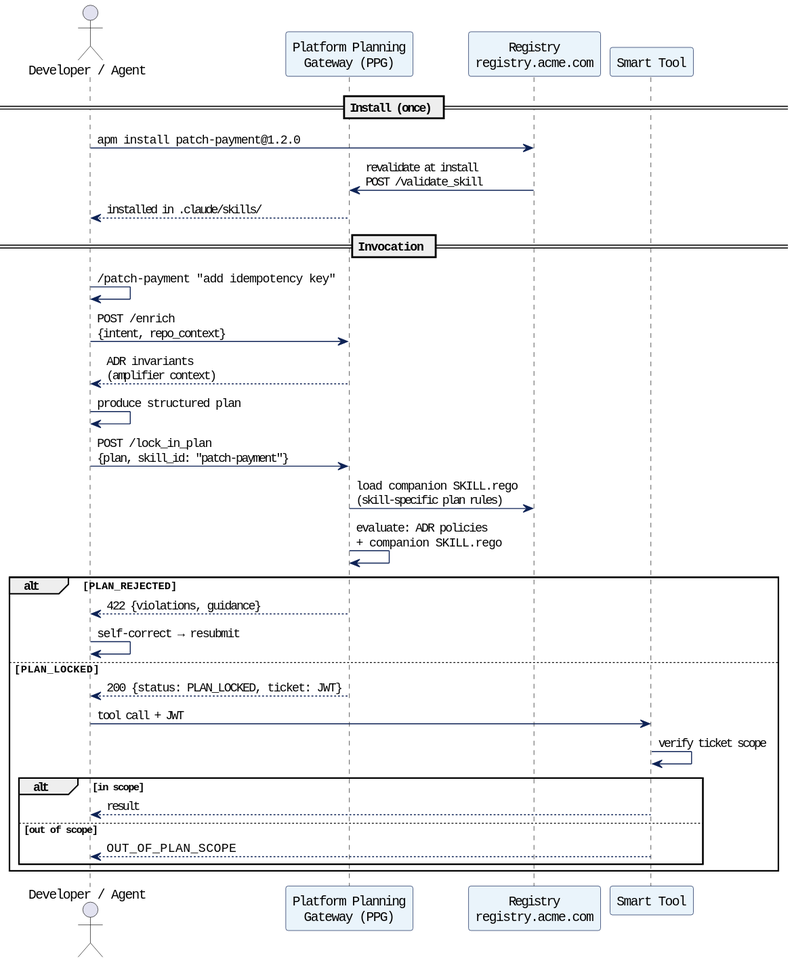
Earlier version of the PlantUML export static/assets/skill-governance/skill-runtime-sequence.svg (owulveryck/owulveryck.github.io).
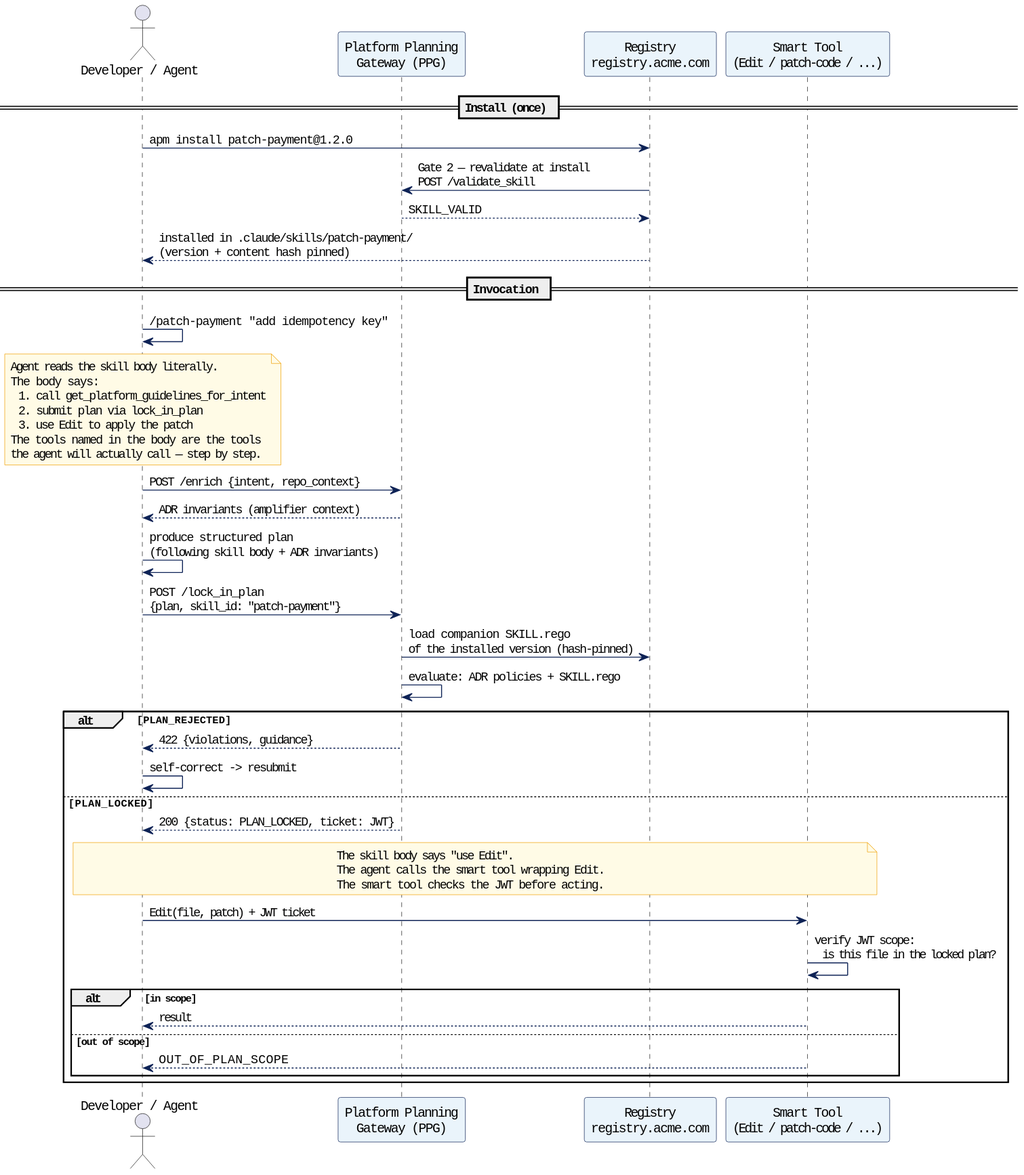
Later version of the same file.

Diff of the diagram source:
```diff
@@ -13,38 +13,55 @@
 actor "Developer / Agent" as AGENT
 participant "Platform Planning\nGateway (PPG)" as PPG
 participant "Registry\nregistry.acme.com" as REGISTRY
-participant "Smart Tool" as TOOL
+participant "Smart Tool\n(Edit / patch-code / ...)" as TOOL
 
 == Install (once) ==
 
 AGENT -> REGISTRY : apm install patch-payment@1.2.0
-REGISTRY -> PPG : revalidate at install\nPOST /validate_skill
-PPG --> AGENT : installed in .claude/skills/
+REGISTRY -> PPG : Gate 2 — revalidate at install\nPOST /validate_skill
+PPG --> REGISTRY : SKILL_VALID
+REGISTRY --> AGENT : installed in .claude/skills/patch-payment/\n(version + content hash pinned)
 
 == Invocation ==
 
 AGENT -> AGENT : /patch-payment "add idempotency key"
 
-AGENT -> PPG : POST /enrich\n{intent, repo_context}
-PPG --> AGENT : ADR invariants\n(amplifier context)
+note over AGENT
+  Agent reads the skill body literally.
+  The body says:
+    1. call get_platform_guidelines_for_intent
+    2. submit plan via lock_in_plan
+    3. use Edit to apply the patch
+  The tools named in the body are the tools
+  the agent will actually call — step by step.
+end note
 
-AGENT -> AGENT : produce structured plan
+AGENT -> PPG : POST /enrich {intent, repo_context}
+PPG --> AGENT : ADR invariants (amplifier context)
+
+AGENT -> AGENT : produce structured plan\n(following skill body + ADR invariants)
 
 AGENT -> PPG : POST /lock_in_plan\n{plan, skill_id: "patch-payment"}
-PPG -> REGISTRY : load companion SKILL.rego\n(skill-specific plan rules)
-PPG -> PPG : evaluate: ADR policies\n+ companion SKILL.rego
+PPG -> REGISTRY : load companion SKILL.rego\nof the installed version (hash-pinned)
+PPG -> PPG : evaluate: ADR policies + SKILL.rego
 
 alt PLAN_REJECTED
 
   PPG --> AGENT : 422 {violations, guidance}
-  AGENT -> AGENT : self-correct → resubmit
+  AGENT -> AGENT : self-correct -> resubmit
 
 else PLAN_LOCKED
 
   PPG --> AGENT : 200 {status: PLAN_LOCKED, ticket: JWT}
 
-  AGENT -> TOOL : tool call + JWT
-  TOOL -> TOOL : verify ticket scope
+  note over AGENT, TOOL
+    The skill body says "use Edit".
+    The agent calls the smart tool wrapping Edit.
+    The smart tool checks the JWT before acting.
+  end note
+
+  AGENT -> TOOL : Edit(file, patch) + JWT ticket
+  TOOL -> TOOL : verify JWT scope:\n  is this file in the locked plan?
 
   alt in scope
     TOOL --> AGENT : result
```
